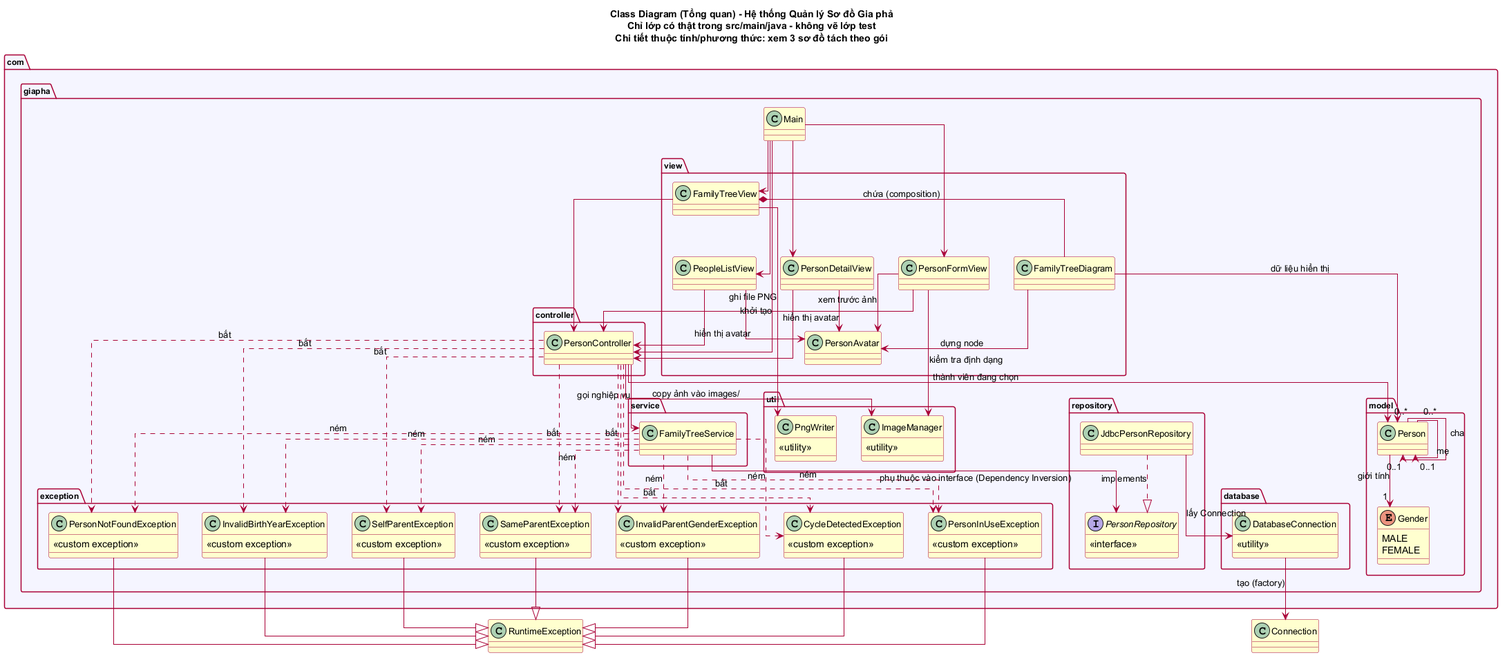
Above: docs/uml/class-diagram.png in minhchien170704/do-an-gia-pha (PlantUML), before the change.
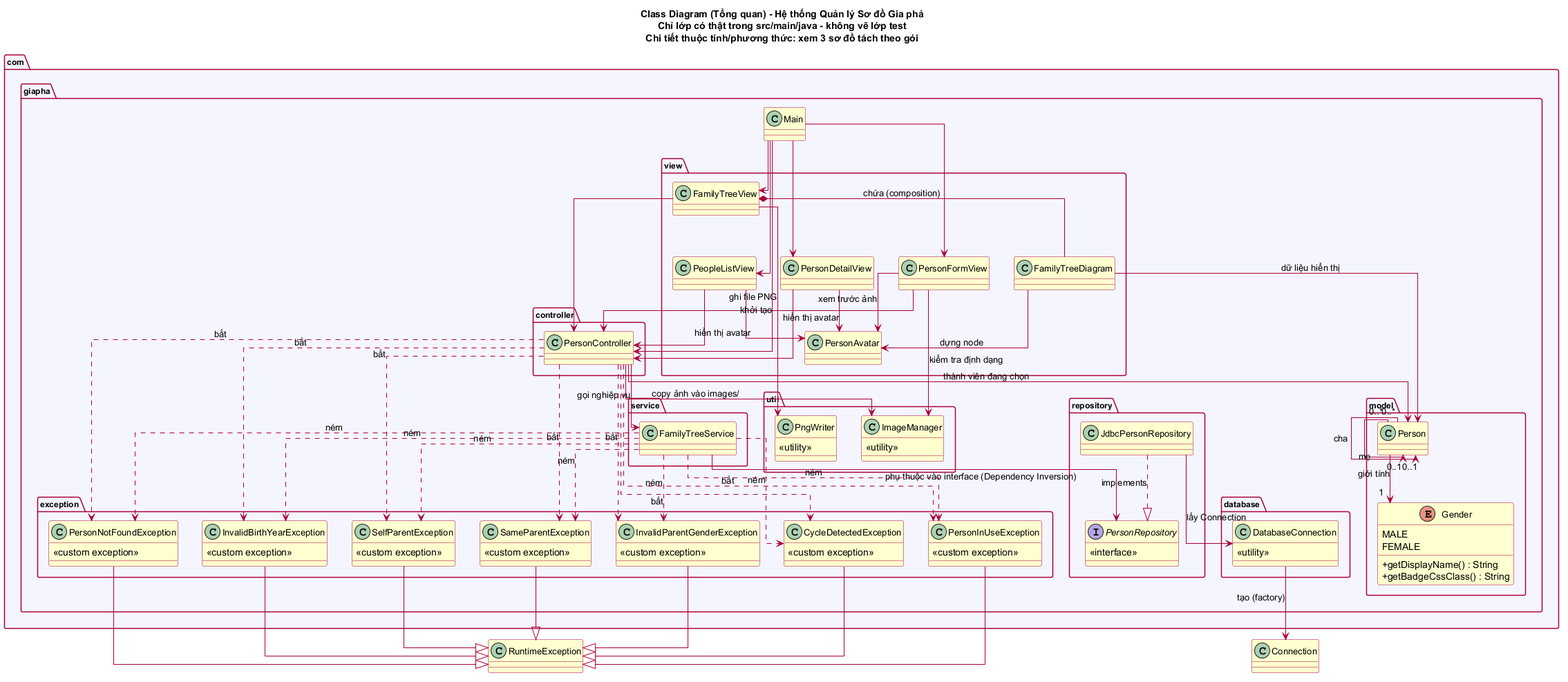
The same diagram one commit later.

Diff of the diagram source:
```diff
@@ -24,6 +24,8 @@
     enum Gender {
         MALE
         FEMALE
+        + getDisplayName() : String
+        + getBadgeCssClass() : String
     }
     class Person
 }
```
